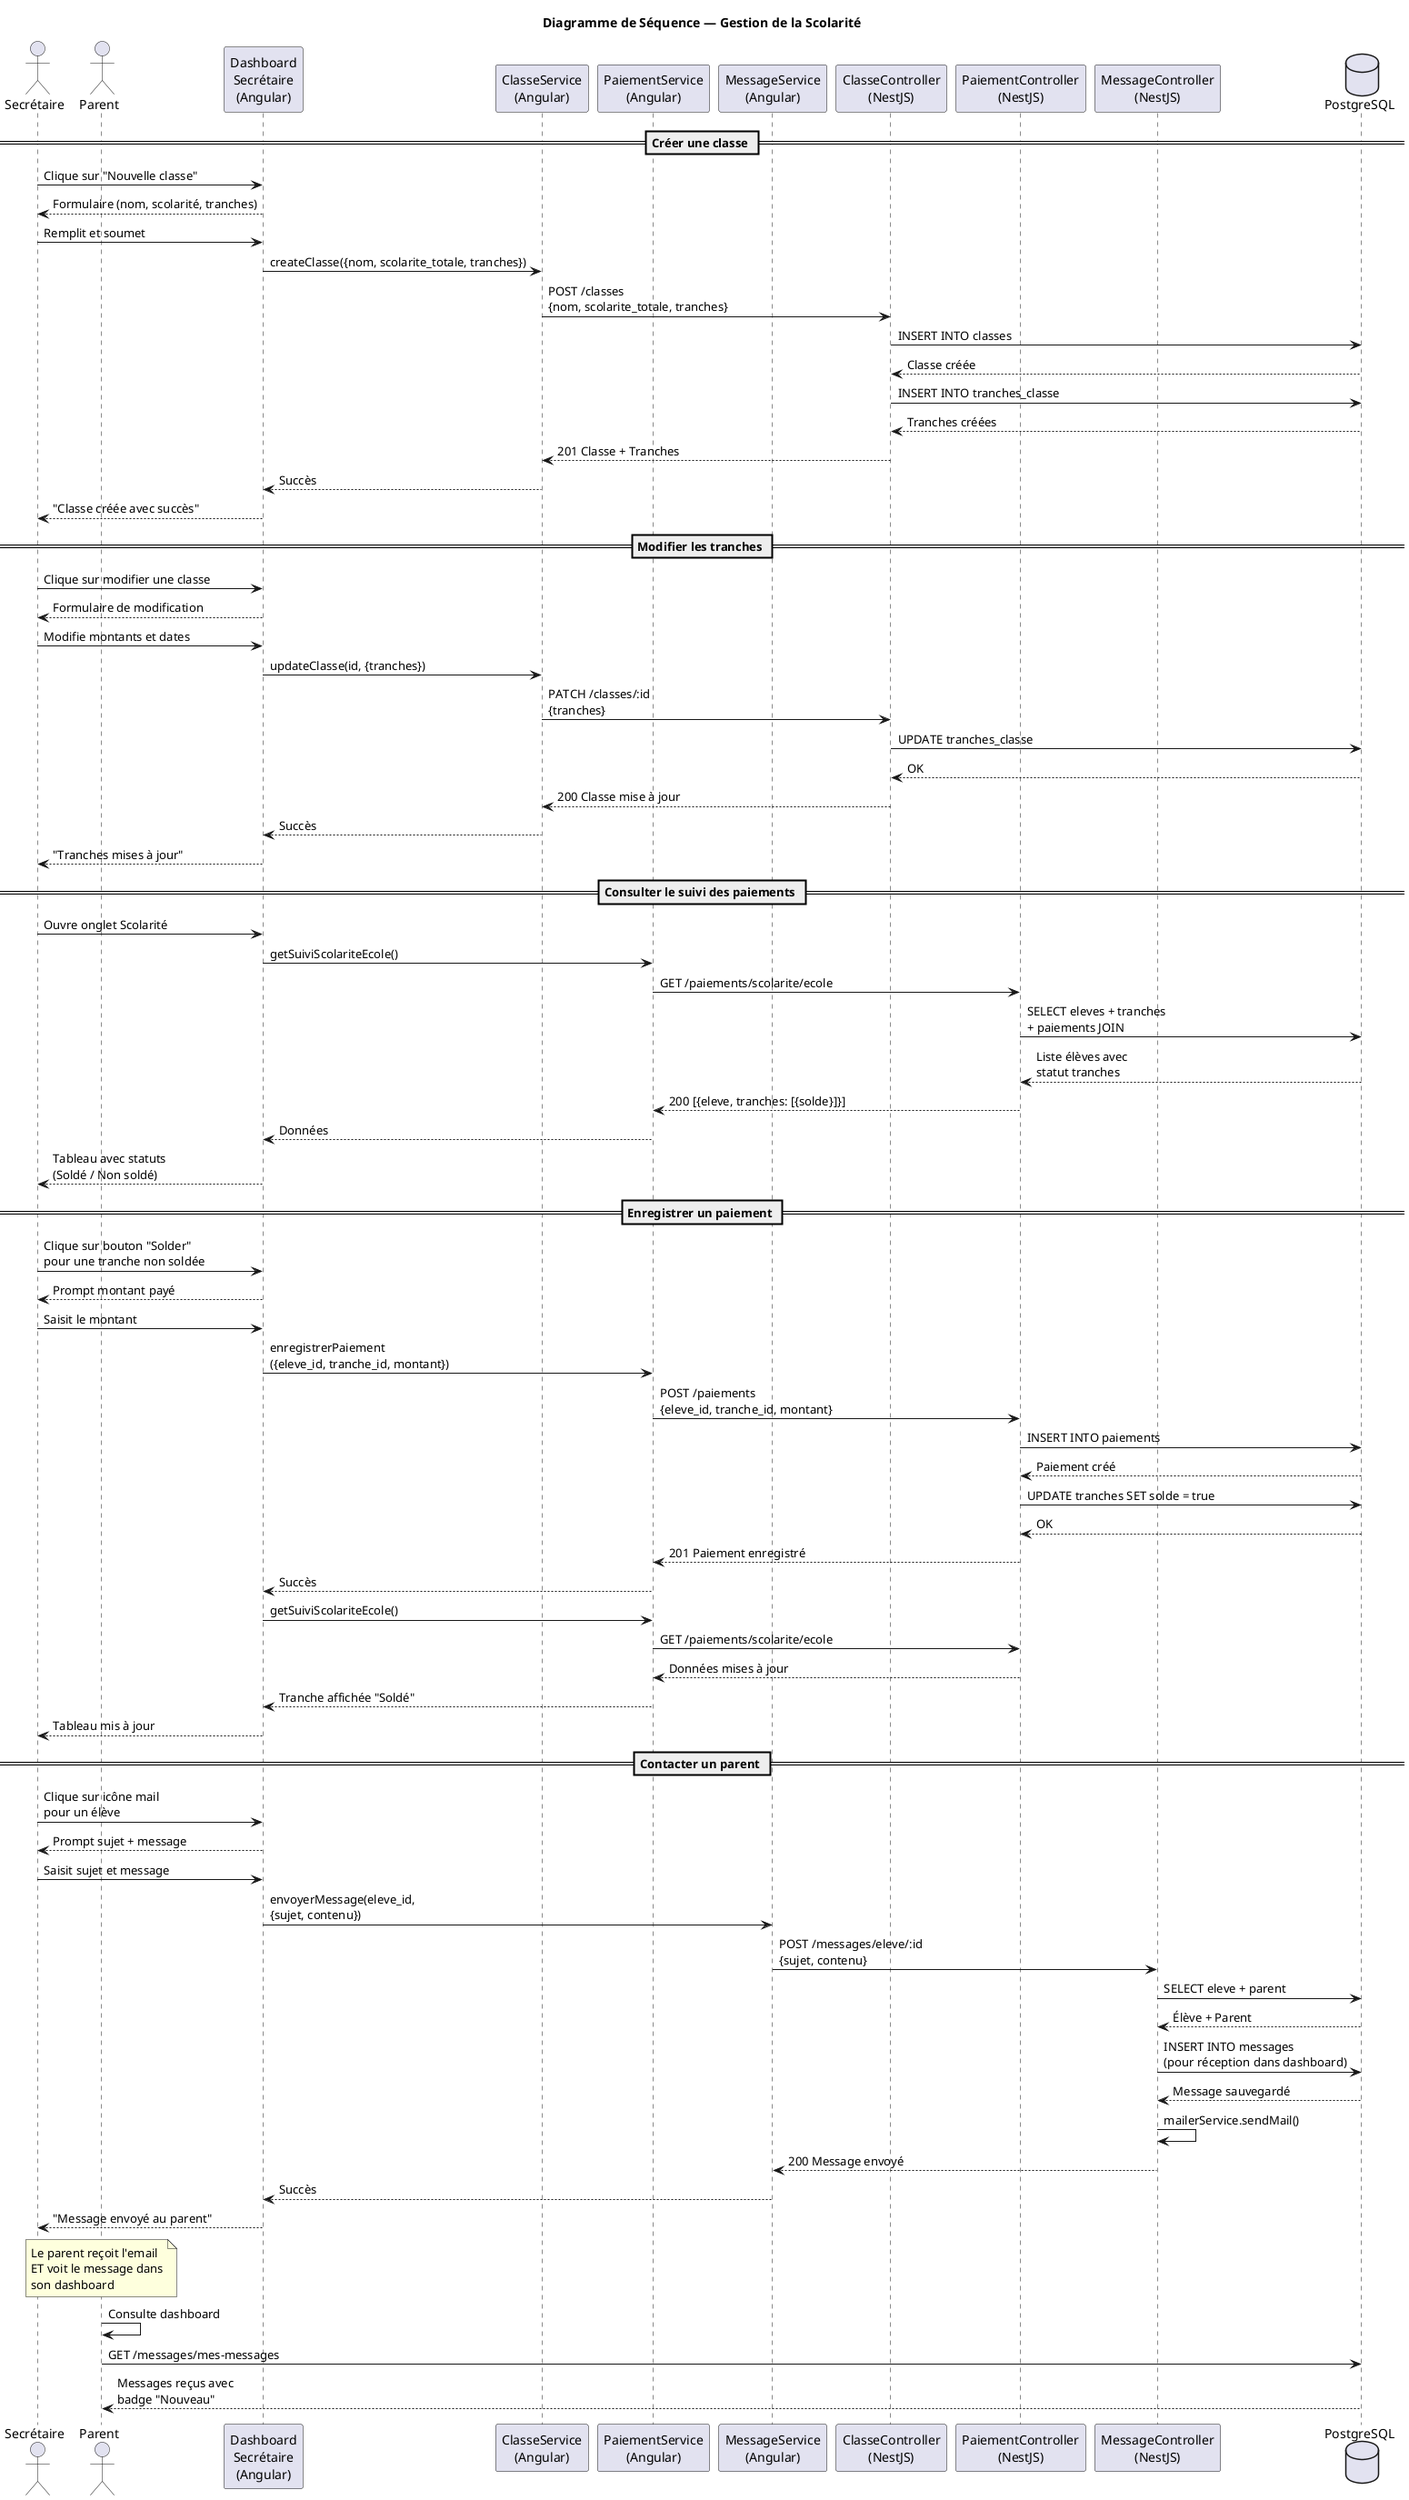
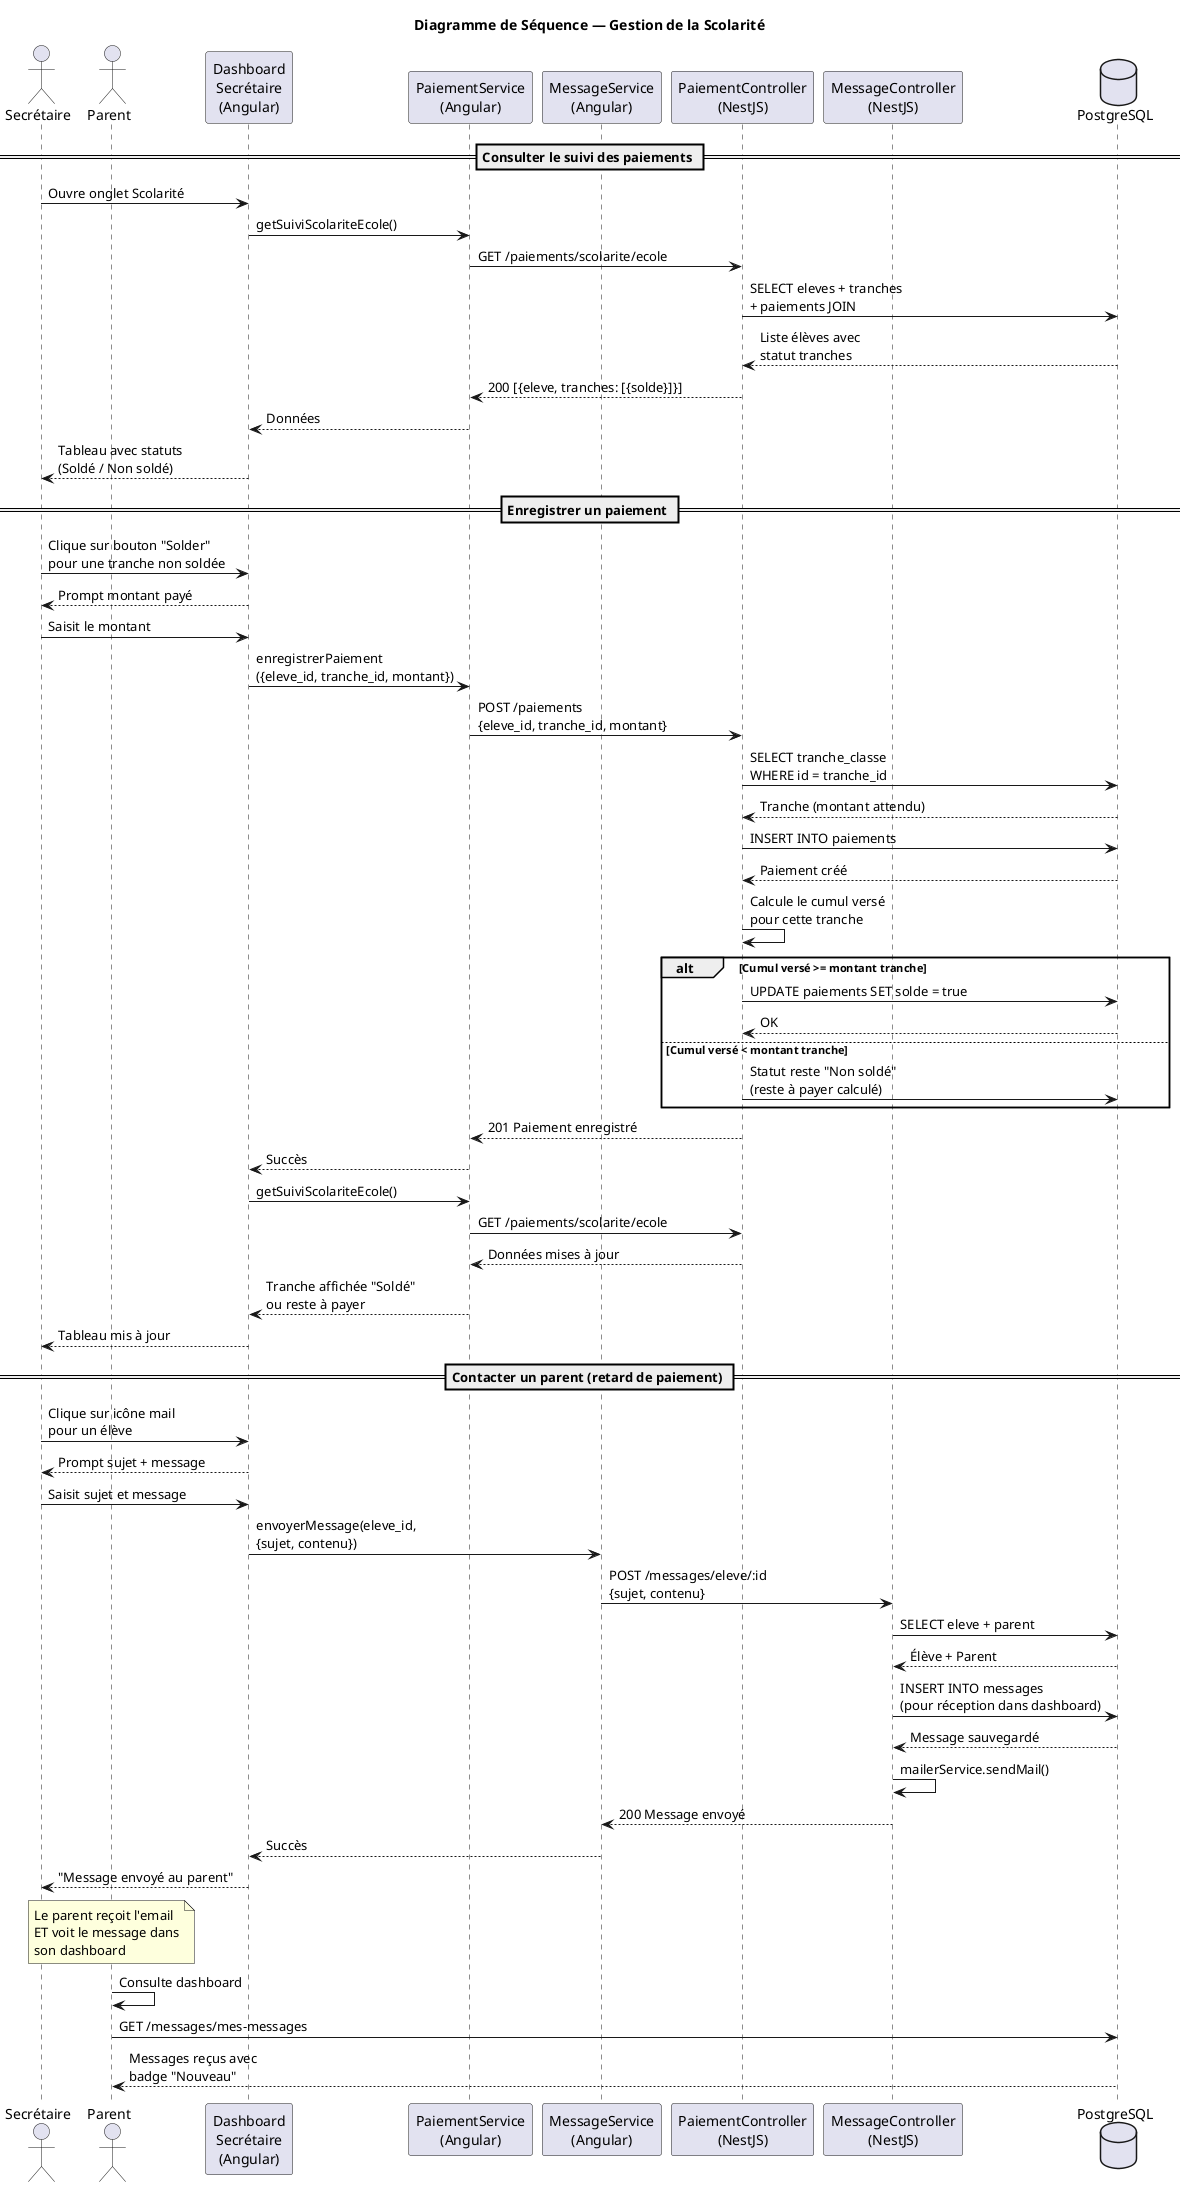
@startuml sequence_scolarite
title Diagramme de Séquence — Gestion de la Scolarité

actor Secrétaire as S
actor Parent as P
participant "Dashboard\nSecrétaire\n(Angular)" as DashSec
- participant "ClasseService\n(Angular)" as ClasseSvc
participant "PaiementService\n(Angular)" as PaiesSvc
participant "MessageService\n(Angular)" as MsgSvc
- participant "ClasseController\n(NestJS)" as ClasseCtrl
participant "PaiementController\n(NestJS)" as PaieCtrl
participant "MessageController\n(NestJS)" as MsgCtrl
database "PostgreSQL" as DB

- == Créer une classe ==
- 
- S -> DashSec : Clique sur "Nouvelle classe"
- DashSec --> S : Formulaire (nom, scolarité, tranches)
- S -> DashSec : Remplit et soumet
- DashSec -> ClasseSvc : createClasse({nom, scolarite_totale, tranches})
- ClasseSvc -> ClasseCtrl : POST /classes\n{nom, scolarite_totale, tranches}
- ClasseCtrl -> DB : INSERT INTO classes
- DB --> ClasseCtrl : Classe créée
- ClasseCtrl -> DB : INSERT INTO tranches_classe
- DB --> ClasseCtrl : Tranches créées
- ClasseCtrl --> ClasseSvc : 201 Classe + Tranches
- ClasseSvc --> DashSec : Succès
- DashSec --> S : "Classe créée avec succès"
- 
- == Modifier les tranches ==
- 
- S -> DashSec : Clique sur modifier une classe
- DashSec --> S : Formulaire de modification
- S -> DashSec : Modifie montants et dates
- DashSec -> ClasseSvc : updateClasse(id, {tranches})
- ClasseSvc -> ClasseCtrl : PATCH /classes/:id\n{tranches}
- ClasseCtrl -> DB : UPDATE tranches_classe
- DB --> ClasseCtrl : OK
- ClasseCtrl --> ClasseSvc : 200 Classe mise à jour
- ClasseSvc --> DashSec : Succès
- DashSec --> S : "Tranches mises à jour"

== Consulter le suivi des paiements ==

S -> DashSec : Ouvre onglet Scolarité
DashSec -> PaiesSvc : getSuiviScolariteEcole()
PaiesSvc -> PaieCtrl : GET /paiements/scolarite/ecole
PaieCtrl -> DB : SELECT eleves + tranches\n+ paiements JOIN
DB --> PaieCtrl : Liste élèves avec\nstatut tranches
PaieCtrl --> PaiesSvc : 200 [{eleve, tranches: [{solde}]}]
PaiesSvc --> DashSec : Données
DashSec --> S : Tableau avec statuts\n(Soldé / Non soldé)

== Enregistrer un paiement ==

S -> DashSec : Clique sur bouton "Solder"\npour une tranche non soldée
DashSec --> S : Prompt montant payé
S -> DashSec : Saisit le montant
DashSec -> PaiesSvc : enregistrerPaiement\n({eleve_id, tranche_id, montant})
PaiesSvc -> PaieCtrl : POST /paiements\n{eleve_id, tranche_id, montant}
+ PaieCtrl -> DB : SELECT tranche_classe\nWHERE id = tranche_id
+ DB --> PaieCtrl : Tranche (montant attendu)
PaieCtrl -> DB : INSERT INTO paiements
DB --> PaieCtrl : Paiement créé
- PaieCtrl -> DB : UPDATE tranches SET solde = true
- DB --> PaieCtrl : OK
+ PaieCtrl -> PaieCtrl : Calcule le cumul versé\npour cette tranche
+ 
+ alt Cumul versé >= montant tranche
+   PaieCtrl -> DB : UPDATE paiements SET solde = true
+   DB --> PaieCtrl : OK
+ else Cumul versé < montant tranche
+   PaieCtrl -> DB : Statut reste "Non soldé"\n(reste à payer calculé)
+ end
+ 
PaieCtrl --> PaiesSvc : 201 Paiement enregistré
PaiesSvc --> DashSec : Succès
DashSec -> PaiesSvc : getSuiviScolariteEcole()
PaiesSvc -> PaieCtrl : GET /paiements/scolarite/ecole
PaieCtrl --> PaiesSvc : Données mises à jour
- PaiesSvc --> DashSec : Tranche affichée "Soldé"
+ PaiesSvc --> DashSec : Tranche affichée "Soldé"\nou reste à payer
DashSec --> S : Tableau mis à jour

- == Contacter un parent ==
+ == Contacter un parent (retard de paiement) ==

S -> DashSec : Clique sur icône mail\npour un élève
DashSec --> S : Prompt sujet + message
S -> DashSec : Saisit sujet et message
DashSec -> MsgSvc : envoyerMessage(eleve_id,\n{sujet, contenu})
MsgSvc -> MsgCtrl : POST /messages/eleve/:id\n{sujet, contenu}
MsgCtrl -> DB : SELECT eleve + parent
DB --> MsgCtrl : Élève + Parent
MsgCtrl -> DB : INSERT INTO messages\n(pour réception dans dashboard)
DB --> MsgCtrl : Message sauvegardé
MsgCtrl -> MsgCtrl : mailerService.sendMail()
MsgCtrl --> MsgSvc : 200 Message envoyé
MsgSvc --> DashSec : Succès
DashSec --> S : "Message envoyé au parent"

note over P
  Le parent reçoit l'email
  ET voit le message dans
  son dashboard
end note

P -> P : Consulte dashboard
P -> DB : GET /messages/mes-messages
DB --> P : Messages reçus avec\nbadge "Nouveau"

@enduml